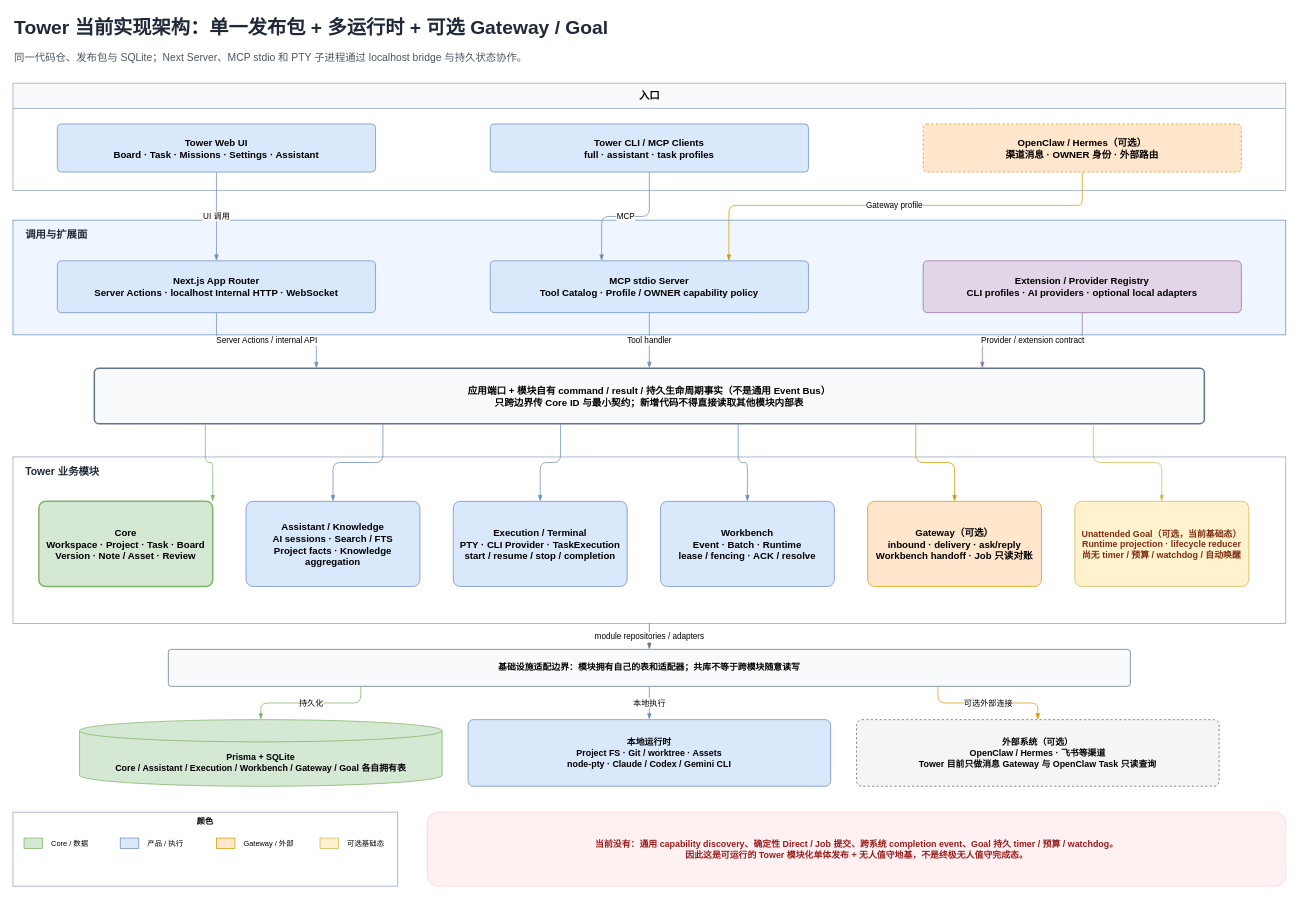
jp-liu/tower keeps this draw.io diagram as page "04-Tower-Current-Architecture" (4 of 4) of docs/design/diagrams/ultimate-unattended-computer/ultimate-unattended-computer.drawio. Above is the earlier version. Source tidied: cells renumbered, new cells numbered last; positions are measured from the earlier drawing's top-left corner, leaving out a move shared by most shapes. Both pictures are drawn from the tidied source at 74%, with x=0, y=0 at pixel (13, 13).
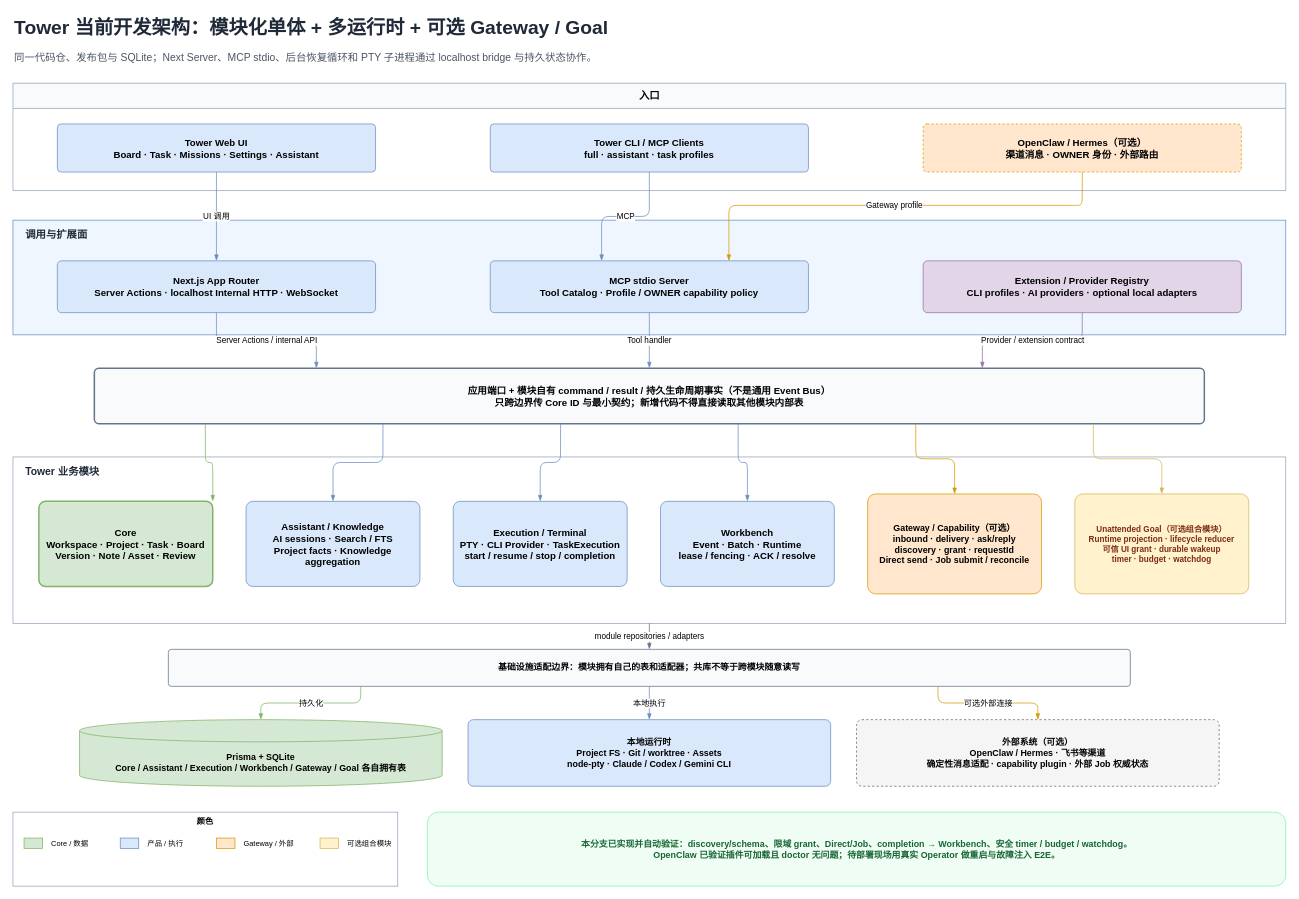
The same diagram, later.

The change refers to these unchanged cells:
```xml
<mxCell id="14" style="rounded=0;whiteSpace=wrap;html=1;fillColor=#ffffff;strokeColor=#94a3b8;" parent="1" vertex="1">
  <mxGeometry y="600" width="1720" height="225" as="geometry" />
</mxCell>
<mxCell id="42" value="颜色" style="rounded=0;whiteSpace=wrap;html=1;fillColor=none;strokeColor=#94a3b8;verticalAlign=top;fontStyle=1;fontSize=11;" parent="1" vertex="1">
  <mxGeometry y="1080" width="520" height="100" as="geometry" />
</mxCell>
```

Diff of the diagram source:
```diff
@@
-    <mxCell id="2" value="Tower 当前实现架构：单一发布包 + 多运行时 + 可选 Gateway / Goal" style="text;html=1;align=left;verticalAlign=middle;fontSize=26;fontStyle=1;fontColor=#1f2937;" parent="1" vertex="1">
+    <mxCell id="2" value="Tower 当前开发架构：模块化单体 + 多运行时 + 可选 Gateway / Goal" style="text;html=1;align=left;verticalAlign=middle;fontSize=26;fontStyle=1;fontColor=#1f2937;" parent="1" vertex="1">
       <mxGeometry width="1700" height="40" as="geometry" />
     </mxCell>
-    <mxCell id="3" value="同一代码仓、发布包与 SQLite；Next Server、MCP stdio 和 PTY 子进程通过 localhost bridge 与持久状态协作。" style="text;html=1;align=left;verticalAlign=middle;fontSize=14;fontColor=#4b5563;" parent="1" vertex="1">
+    <mxCell id="3" value="同一代码仓、发布包与 SQLite；Next Server、MCP stdio、后台恢复循环和 PTY 子进程通过 localhost bridge 与持久状态协作。" style="text;html=1;align=left;verticalAlign=middle;fontSize=14;fontColor=#4b5563;" parent="1" vertex="1">
       <mxGeometry y="45" width="1700" height="30" as="geometry" />
     </mxCell>
@@
-    <mxCell id="20" value="Gateway（可选）&#10;inbound · delivery · ask/reply&#10;Workbench handoff · Job 只读对账" style="rounded=1;arcSize=8;whiteSpace=wrap;html=1;fillColor=#ffe6cc;strokeColor=#d79b00;fontSize=13;fontStyle=1;" parent="14" vertex="1">
-      <mxGeometry x="1155" y="60" width="235" height="115" as="geometry" />
+    <mxCell id="20" value="Gateway / Capability（可选）&#10;inbound · delivery · ask/reply&#10;discovery · grant · requestId&#10;Direct send · Job submit / reconcile" style="rounded=1;arcSize=8;whiteSpace=wrap;html=1;fillColor=#ffe6cc;strokeColor=#d79b00;fontSize=12;fontStyle=1;" parent="14" vertex="1">
+      <mxGeometry x="1155" y="50" width="235" height="135" as="geometry" />
     </mxCell>
-    <mxCell id="21" value="Unattended Goal（可选，当前基础态）&#10;Runtime projection · lifecycle reducer&#10;尚无 timer / 预算 / watchdog / 自动唤醒" style="rounded=1;arcSize=8;whiteSpace=wrap;html=1;fillColor=#fff2cc;strokeColor=#d6b656;fontColor=#7c2d12;fontSize=12;fontStyle=1;" parent="14" vertex="1">
-      <mxGeometry x="1435" y="60" width="235" height="115" as="geometry" />
+    <mxCell id="21" value="Unattended Goal（可选组合模块）&#10;Runtime projection · lifecycle reducer&#10;可信 UI grant · durable wakeup&#10;timer · budget · watchdog" style="rounded=1;arcSize=8;whiteSpace=wrap;html=1;fillColor=#fff2cc;strokeColor=#d6b656;fontColor=#7c2d12;fontSize=11;fontStyle=1;" parent="14" vertex="1">
+      <mxGeometry x="1435" y="50" width="235" height="135" as="geometry" />
     </mxCell>
@@
-    <mxCell id="25" value="外部系统（可选）&#10;OpenClaw / Hermes · 飞书等渠道&#10;Tower 目前只做消息 Gateway 与 OpenClaw Task 只读查询" style="rounded=1;arcSize=8;whiteSpace=wrap;html=1;dashed=1;fillColor=#f5f5f5;strokeColor=#666666;fontSize=12;fontStyle=1;" parent="1" vertex="1">
+    <mxCell id="25" value="外部系统（可选）&#10;OpenClaw / Hermes · 飞书等渠道&#10;确定性消息适配 · capability plugin · 外部 Job 权威状态" style="rounded=1;arcSize=8;whiteSpace=wrap;html=1;dashed=1;fillColor=#f5f5f5;strokeColor=#666666;fontSize=12;fontStyle=1;" parent="1" vertex="1">
       <mxGeometry x="1140" y="955" width="490" height="90" as="geometry" />
     </mxCell>
@@
-    <mxCell id="50" value="可选基础态" style="text;html=1;align=left;verticalAlign=middle;fontSize=10;" parent="42" vertex="1">
-      <mxGeometry x="450" y="30" width="60" height="24" as="geometry" />
+    <mxCell id="50" value="可选组合模块" style="text;html=1;align=left;verticalAlign=middle;fontSize=10;" parent="42" vertex="1">
+      <mxGeometry x="450" y="30" width="70" height="24" as="geometry" />
     </mxCell>
-    <mxCell id="51" value="当前没有：通用 capability discovery、确定性 Direct / Job 提交、跨系统 completion event、Goal 持久 timer / 预算 / watchdog。&#10;因此这是可运行的 Tower 模块化单体发布 + 无人值守地基，不是终极无人值守完成态。" style="text;html=1;align=center;verticalAlign=middle;fontSize=12;fontStyle=1;fontColor=#991b1b;fillColor=#fff1f2;strokeColor=#fecdd3;rounded=1;" parent="1" vertex="1">
+    <mxCell id="51" value="本分支已实现并自动验证：discovery/schema、限域 grant、Direct/Job、completion → Workbench、安全 timer / budget / watchdog。&#10;OpenClaw 已验证插件可加载且 doctor 无问题；待部署现场用真实 Operator 做重启与故障注入 E2E。" style="text;html=1;align=center;verticalAlign=middle;fontSize=12;fontStyle=1;fontColor=#166534;fillColor=#f0fdf4;strokeColor=#86efac;rounded=1;" parent="1" vertex="1">
       <mxGeometry x="560" y="1080" width="1160" height="100" as="geometry" />
     </mxCell>
```
